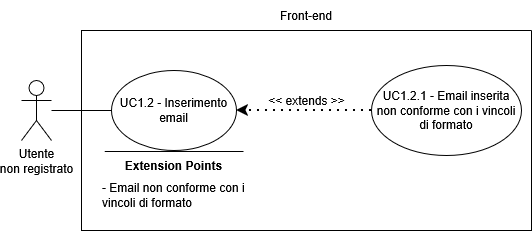
Earlier version of the draw.io export assets/diagrams/UC1_2.png (SkarabGroup/DocumentazioneProgetto). Source tidied: cells renumbered, new cells last; positions are measured from the earlier drawing's top-left corner, leaving out a move shared by most shapes.
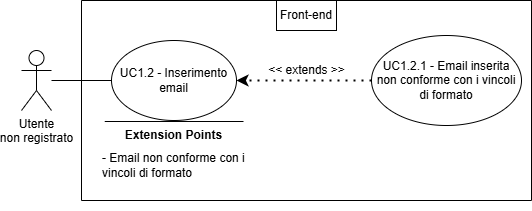
Above is the later version.

The edit, as a diff of the source:
```diff
@@ -5,38 +5,38 @@
     <mxCell id="2" value="&lt;div&gt;Utente&lt;/div&gt;&lt;div&gt;non registrato&lt;/div&gt;" style="shape=umlActor;verticalLabelPosition=bottom;verticalAlign=top;html=1;outlineConnect=0;" parent="1" vertex="1">
       <mxGeometry y="80" width="30" height="60" as="geometry" />
     </mxCell>
-    <mxCell id="3" style="swimlane;startSize=0;" parent="1" vertex="1">
-      <mxGeometry x="60" y="30" width="450" height="200" as="geometry" />
-    </mxCell>
+    <mxCell id="13" style="swimlane;startSize=0;" parent="1" vertex="1">
+      <mxGeometry x="60" y="30" width="450" height="200" as="geometry" />
+    </mxCell>
-    <mxCell id="4" value="&lt;div&gt;UC1.2 - Inserimento email&lt;/div&gt;" style="ellipse;whiteSpace=wrap;html=1;" parent="3" vertex="1">
+    <mxCell id="4" value="&lt;div&gt;UC1.2 - Inserimento email&lt;/div&gt;" style="ellipse;whiteSpace=wrap;html=1;" parent="13" vertex="1">
       <mxGeometry x="30" y="40" width="125" height="80" as="geometry" />
     </mxCell>
-    <mxCell id="5" value="UC1.2.1 - Email inserita non conforme con i vincoli di formato" style="ellipse;whiteSpace=wrap;html=1;" parent="3" vertex="1">
+    <mxCell id="5" value="UC1.2.1 - Email inserita non conforme con i vincoli di formato" style="ellipse;whiteSpace=wrap;html=1;" parent="13" vertex="1">
       <mxGeometry x="290" y="35" width="150" height="90" as="geometry" />
     </mxCell>
-    <mxCell id="6" style="endArrow=classic;dashed=1;html=1;dashPattern=1 3;strokeWidth=2;rounded=0;entryX=1;entryY=0.5;entryDx=0;entryDy=0;strokeColor=default;curved=0;endFill=1;endSize=6;exitX=0;exitY=0.5;exitDx=0;exitDy=0;" parent="3" edge="1" source="5" target="4">
+    <mxCell id="6" style="endArrow=classic;dashed=1;html=1;dashPattern=1 3;strokeWidth=2;rounded=0;entryX=1;entryY=0.5;entryDx=0;entryDy=0;strokeColor=default;curved=0;endFill=1;endSize=6;exitX=0;exitY=0.5;exitDx=0;exitDy=0;" parent="13" edge="1" source="5" target="4">
       <mxGeometry relative="1" as="geometry" />
     </mxCell>
-    <mxCell id="7" value="&lt;div&gt;&amp;lt;&amp;lt; extends &amp;gt;&amp;gt;&lt;/div&gt;" style="text;html=1;whiteSpace=wrap;strokeColor=none;fillColor=none;align=center;verticalAlign=middle;rounded=0;" parent="3" vertex="1">
+    <mxCell id="7" value="&lt;div&gt;&amp;lt;&amp;lt; extends &amp;gt;&amp;gt;&lt;/div&gt;" style="text;html=1;whiteSpace=wrap;strokeColor=none;fillColor=none;align=center;verticalAlign=middle;rounded=0;" parent="13" vertex="1">
       <mxGeometry x="177.5" y="55" width="95" height="30" as="geometry" />
     </mxCell>
-    <mxCell id="8" style="endArrow=none;html=1;rounded=0;" parent="3" edge="1">
-      <mxGeometry relative="1" as="geometry">
-        <mxPoint x="162" y="121" as="sourcePoint" />
-        <mxPoint x="23.2" y="121" as="targetPoint" />
-      </mxGeometry>
-    </mxCell>
+    <mxCell id="14" style="endArrow=none;html=1;rounded=0;" parent="13" edge="1">
+      <mxGeometry relative="1" as="geometry">
+        <mxPoint x="162" y="121" as="sourcePoint" />
+        <mxPoint x="23.2" y="121" as="targetPoint" />
+      </mxGeometry>
+    </mxCell>
-    <mxCell id="9" value="&lt;b&gt;Extension Points&lt;/b&gt;" style="text;html=1;whiteSpace=wrap;strokeColor=none;fillColor=none;align=center;verticalAlign=middle;rounded=0;strokeWidth=5;" parent="3" vertex="1">
+    <mxCell id="9" value="&lt;b&gt;Extension Points&lt;/b&gt;" style="text;html=1;whiteSpace=wrap;strokeColor=none;fillColor=none;align=center;verticalAlign=middle;rounded=0;strokeWidth=5;" parent="13" vertex="1">
       <mxGeometry x="35" y="120" width="115" height="30" as="geometry" />
     </mxCell>
-    <mxCell id="10" value="&lt;div align=&quot;left&quot;&gt;- Email non conforme con i vincoli di formato&lt;/div&gt;" style="text;html=1;whiteSpace=wrap;strokeColor=none;fillColor=none;align=left;verticalAlign=middle;rounded=0;" parent="3" vertex="1">
+    <mxCell id="10" value="&lt;div align=&quot;left&quot;&gt;- Email non conforme con i vincoli di formato&lt;/div&gt;" style="text;html=1;whiteSpace=wrap;strokeColor=none;fillColor=none;align=left;verticalAlign=middle;rounded=0;" parent="13" vertex="1">
       <mxGeometry x="19" y="120" width="147" height="90" as="geometry" />
     </mxCell>
+    <mxCell id="12" value="Front-end" style="text;html=1;whiteSpace=wrap;strokeColor=default;fillColor=none;align=center;verticalAlign=middle;rounded=0;perimeterSpacing=1;" parent="13" vertex="1">
+      <mxGeometry x="195" width="60" height="30" as="geometry" />
+    </mxCell>
     <mxCell id="11" style="endArrow=none;html=1;rounded=0;entryX=0;entryY=0.5;entryDx=0;entryDy=0;" parent="1" edge="1" source="2" target="4">
       <mxGeometry relative="1" as="geometry" />
     </mxCell>
-    <mxCell id="12" value="Front-end" style="text;html=1;whiteSpace=wrap;strokeColor=none;fillColor=none;align=center;verticalAlign=middle;rounded=0;" parent="1" vertex="1">
-      <mxGeometry x="255" width="60" height="30" as="geometry" />
-    </mxCell>
   </root>
 </mxGraphModel>
```
